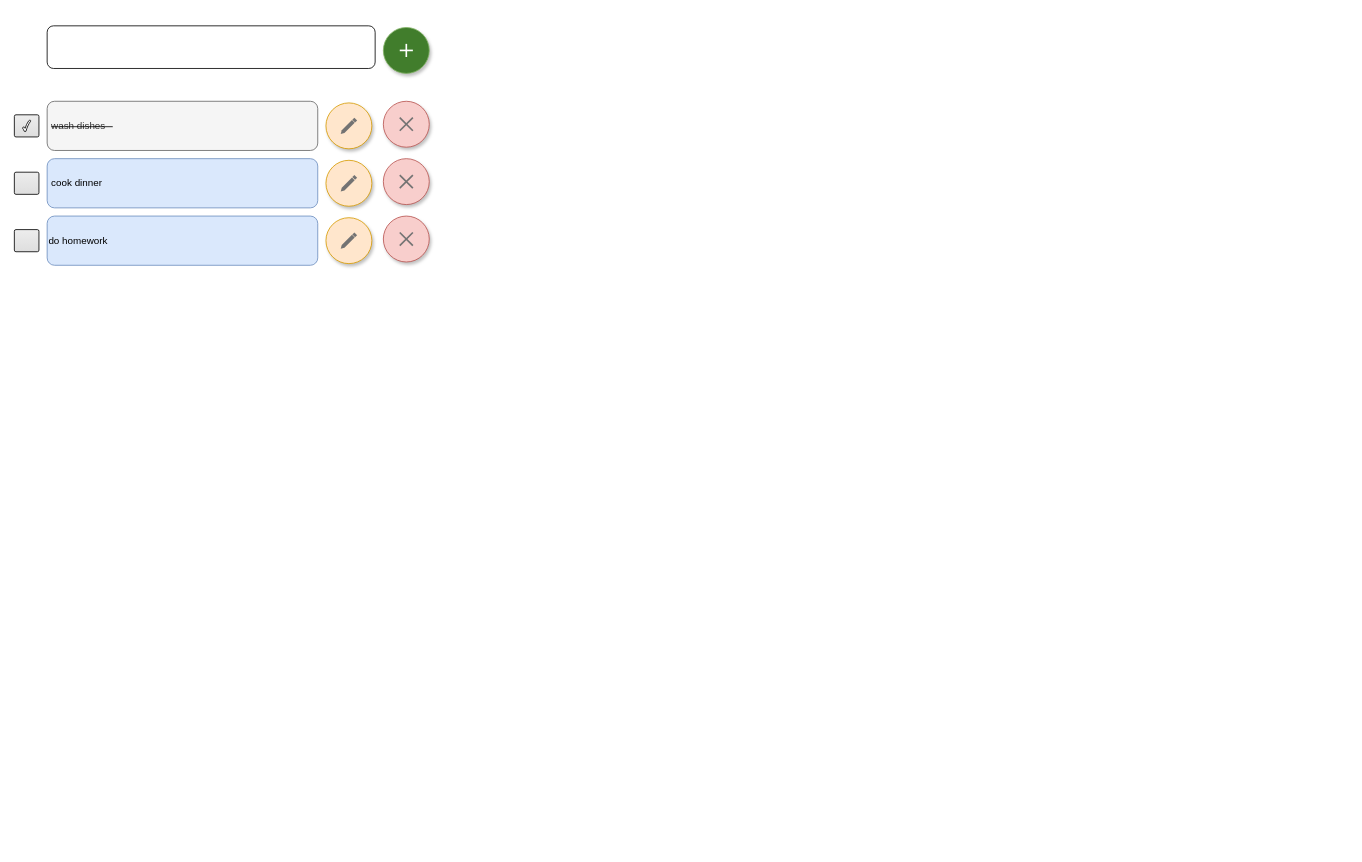
The draw.io diagram MockUI.drawio in UAFramework/node-1-homework, before the edit. Source tidied: cells renumbered, new cells numbered last; positions are measured from the earlier drawing's top-left corner, leaving out a move shared by most shapes. Both pictures are drawn from the tidied source at 82%, with x=0, y=0 at pixel (14, 25).
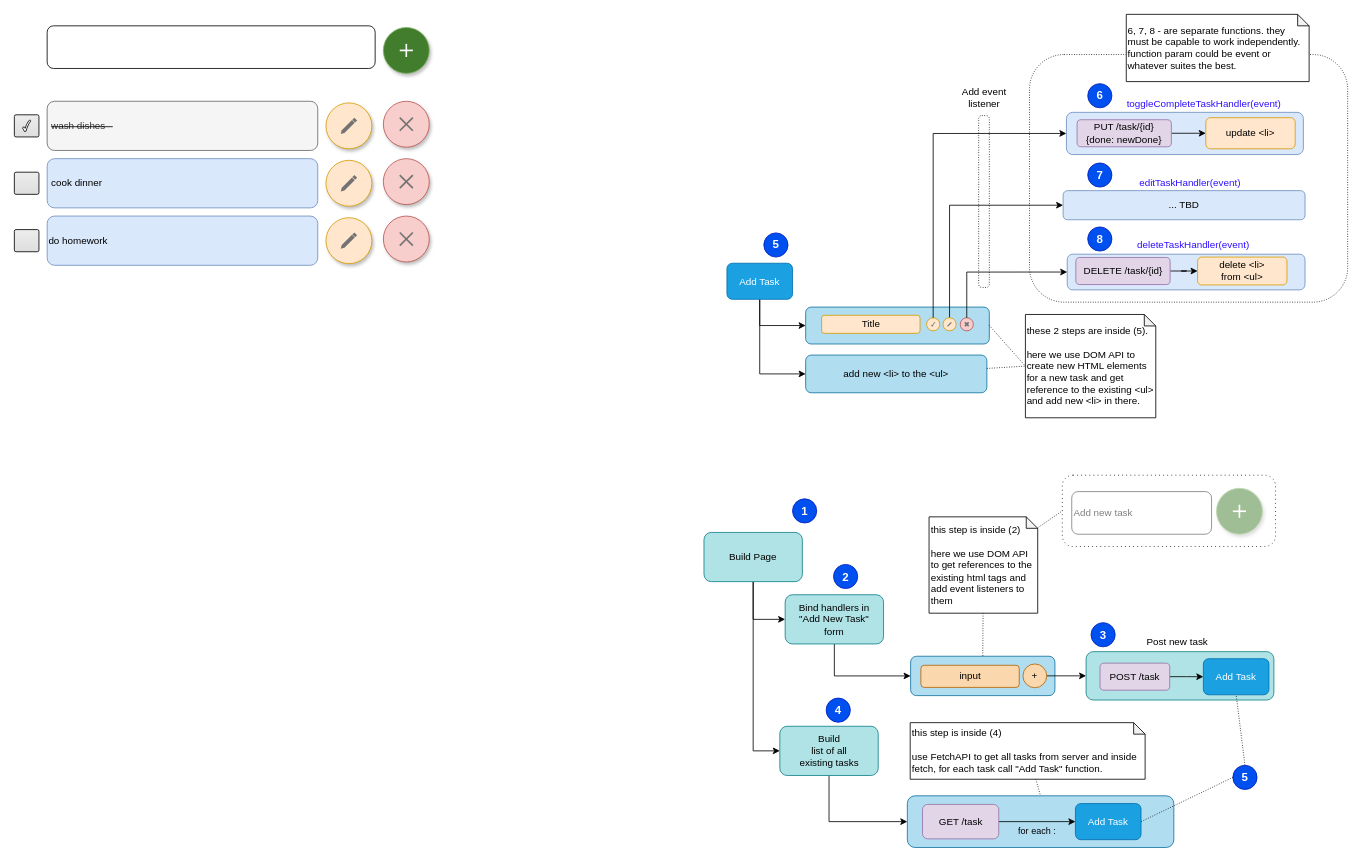
After the change.

The edit, as a diff of the source:
```diff
@@
+    <mxCell id="25" style="rounded=1;whiteSpace=wrap;html=1;arcSize=14;dashed=1;dashPattern=1 2;" parent="1" vertex="1">
+      <mxGeometry x="1238" y="35" width="388" height="302" as="geometry" />
+    </mxCell>
+    <mxCell id="26" style="rounded=1;whiteSpace=wrap;html=1;arcSize=30;dashed=1;dashPattern=1 2;" parent="1" vertex="1">
+      <mxGeometry x="1176" y="109.5" width="13" height="209.5" as="geometry" />
+    </mxCell>
+    <mxCell id="27" style="rounded=1;whiteSpace=wrap;html=1;fillColor=#dae8fc;strokeColor=#6c8ebf;" parent="1" vertex="1">
+      <mxGeometry x="1284" y="278.5" width="290" height="43.5" as="geometry" />
+    </mxCell>
+    <mxCell id="28" style="rounded=1;whiteSpace=wrap;html=1;fillColor=#b0e3e6;strokeColor=#0e8088;" parent="1" vertex="1">
+      <mxGeometry x="1307" y="763.2" width="229" height="59" as="geometry" />
+    </mxCell>
+    <mxCell id="29" style="rounded=1;whiteSpace=wrap;html=1;fillColor=#b1ddf0;strokeColor=#10739e;" parent="1" vertex="1">
+      <mxGeometry x="1093" y="768.8" width="176" height="48" as="geometry" />
+    </mxCell>
+    <mxCell id="30" style="rounded=1;whiteSpace=wrap;html=1;fillColor=#b1ddf0;strokeColor=#10739e;" parent="1" vertex="1">
+      <mxGeometry x="1089" y="939" width="325" height="63" as="geometry" />
+    </mxCell>
@@
+    <mxCell id="31" value="Add Task" style="rounded=1;whiteSpace=wrap;html=1;fillColor=#1ba1e2;strokeColor=#006EAF;fontColor=#ffffff;" parent="1" vertex="1">
+      <mxGeometry x="1294" y="948.5" width="80" height="44" as="geometry" />
+    </mxCell>
+    <mxCell id="32" style="edgeStyle=orthogonalEdgeStyle;rounded=0;jettySize=auto;html=1;entryX=0;entryY=0.5;entryDx=0;entryDy=0;" parent="1" edge="1" source="33" target="51">
+      <mxGeometry relative="1" as="geometry" />
+    </mxCell>
+    <mxCell id="33" value="POST /task" style="rounded=1;whiteSpace=wrap;html=1;fillColor=#e1d5e7;strokeColor=#9673a6;" parent="1" vertex="1">
+      <mxGeometry x="1324" y="777.2" width="85" height="33" as="geometry" />
+    </mxCell>
+    <mxCell id="34" style="edgeStyle=orthogonalEdgeStyle;rounded=0;jettySize=auto;html=1;entryX=0;entryY=0.5;entryDx=0;entryDy=0;" parent="1" edge="1" source="36" target="38">
+      <mxGeometry relative="1" as="geometry" />
+    </mxCell>
+    <mxCell id="35" style="edgeStyle=orthogonalEdgeStyle;rounded=0;jettySize=auto;html=1;entryX=0;entryY=0.5;entryDx=0;entryDy=0;" parent="1" edge="1" source="36" target="46">
+      <mxGeometry relative="1" as="geometry" />
+    </mxCell>
+    <mxCell id="36" value="Build Page" style="rounded=1;whiteSpace=wrap;html=1;fillColor=#b0e3e6;strokeColor=#0e8088;" parent="1" vertex="1">
+      <mxGeometry x="841" y="617.8" width="120" height="60" as="geometry" />
+    </mxCell>
+    <mxCell id="37" style="edgeStyle=orthogonalEdgeStyle;rounded=0;jettySize=auto;html=1;entryX=0;entryY=0.5;entryDx=0;entryDy=0;exitX=0.5;exitY=1;exitDx=0;exitDy=0;" parent="1" edge="1" source="38" target="29">
+      <mxGeometry relative="1" as="geometry" />
+    </mxCell>
+    <mxCell id="38" value="Bind handlers in&lt;br&gt;&quot;Add New Task&quot;&lt;br&gt;form" style="rounded=1;whiteSpace=wrap;html=1;fillColor=#b0e3e6;strokeColor=#0e8088;" parent="1" vertex="1">
+      <mxGeometry x="940" y="693.8" width="120" height="60" as="geometry" />
+    </mxCell>
+    <mxCell id="39" style="edgeStyle=orthogonalEdgeStyle;rounded=0;jettySize=auto;html=1;entryX=0;entryY=0.5;entryDx=0;entryDy=0;" parent="1" edge="1" source="41" target="31">
+      <mxGeometry relative="1" as="geometry" />
+    </mxCell>
+    <mxCell id="40" value="for each :" style="edgeLabel;html=1;align=center;verticalAlign=middle;labelBackgroundColor=none;" parent="39" vertex="1">
+      <mxGeometry x="-0.54" relative="1" as="geometry">
+        <mxPoint x="24" y="11" as="offset" />
+      </mxGeometry>
+    </mxCell>
+    <mxCell id="41" value="GET /task" style="rounded=1;whiteSpace=wrap;html=1;fillColor=#e1d5e7;strokeColor=#9673a6;" parent="1" vertex="1">
+      <mxGeometry x="1107.5" y="949.5" width="93" height="42" as="geometry" />
+    </mxCell>
+    <mxCell id="42" value="input" style="rounded=1;whiteSpace=wrap;html=1;fillColor=#fad7ac;strokeColor=#b46504;" parent="1" vertex="1">
+      <mxGeometry x="1105.5" y="779.8" width="120" height="27" as="geometry" />
+    </mxCell>
+    <mxCell id="43" style="edgeStyle=orthogonalEdgeStyle;rounded=0;jettySize=auto;html=1;entryX=0;entryY=0.5;entryDx=0;entryDy=0;" parent="1" edge="1" source="44" target="28">
+      <mxGeometry relative="1" as="geometry" />
+    </mxCell>
+    <mxCell id="44" value="+" style="ellipse;whiteSpace=wrap;html=1;fillColor=#fad7ac;strokeColor=#b46504;" parent="1" vertex="1">
+      <mxGeometry x="1230" y="778.2" width="29" height="29" as="geometry" />
+    </mxCell>
+    <mxCell id="45" style="edgeStyle=orthogonalEdgeStyle;rounded=0;jettySize=auto;html=1;entryX=0;entryY=0.5;entryDx=0;entryDy=0;exitX=0.5;exitY=1;exitDx=0;exitDy=0;" parent="1" edge="1" source="46" target="30">
+      <mxGeometry relative="1" as="geometry" />
+    </mxCell>
+    <mxCell id="46" value="Build&lt;br&gt;list of all &lt;br&gt;existing tasks" style="rounded=1;whiteSpace=wrap;html=1;fillColor=#b0e3e6;strokeColor=#0e8088;" parent="1" vertex="1">
+      <mxGeometry x="933.5" y="854.2" width="120" height="60" as="geometry" />
+    </mxCell>
+    <mxCell id="47" value="Post new task" style="text;html=1;strokeColor=none;fillColor=none;align=center;verticalAlign=middle;whiteSpace=wrap;rounded=0;" parent="1" vertex="1">
+      <mxGeometry x="1357.5" y="735.8" width="121" height="30" as="geometry" />
+    </mxCell>
+    <mxCell id="48" style="edgeStyle=orthogonalEdgeStyle;rounded=0;jettySize=auto;html=1;entryX=0;entryY=0.5;entryDx=0;entryDy=0;exitX=0.5;exitY=1;exitDx=0;exitDy=0;" parent="1" edge="1" source="50" target="52">
+      <mxGeometry relative="1" as="geometry">
+        <Array as="points">
+          <mxPoint x="909" y="365.5" />
+        </Array>
+      </mxGeometry>
+    </mxCell>
+    <mxCell id="49" style="edgeStyle=orthogonalEdgeStyle;rounded=0;jettySize=auto;html=1;entryX=0;entryY=0.5;entryDx=0;entryDy=0;exitX=0.5;exitY=1;exitDx=0;exitDy=0;" parent="1" edge="1" source="50" target="62">
+      <mxGeometry relative="1" as="geometry" />
+    </mxCell>
+    <mxCell id="50" value="Add Task" style="rounded=1;whiteSpace=wrap;html=1;fillColor=#1ba1e2;strokeColor=#006EAF;fontColor=#ffffff;" parent="1" vertex="1">
+      <mxGeometry x="869" y="289.5" width="80" height="44" as="geometry" />
+    </mxCell>
+    <mxCell id="51" value="Add Task" style="rounded=1;whiteSpace=wrap;html=1;fillColor=#1ba1e2;strokeColor=#006EAF;fontColor=#ffffff;" parent="1" vertex="1">
+      <mxGeometry x="1450" y="771.8" width="80" height="44" as="geometry" />
+    </mxCell>
+    <mxCell id="52" style="rounded=1;whiteSpace=wrap;html=1;fillColor=#b1ddf0;strokeColor=#10739e;" parent="1" vertex="1">
+      <mxGeometry x="965" y="343" width="224" height="45" as="geometry" />
+    </mxCell>
+    <mxCell id="53" value="Title" style="rounded=1;whiteSpace=wrap;html=1;fillColor=#ffe6cc;strokeColor=#d79b00;" parent="1" vertex="1">
+      <mxGeometry x="984.5" y="353" width="120" height="22" as="geometry" />
+    </mxCell>
+    <mxCell id="54" style="edgeStyle=orthogonalEdgeStyle;rounded=0;jettySize=auto;html=1;entryX=0;entryY=0.5;entryDx=0;entryDy=0;exitX=0.5;exitY=0;exitDx=0;exitDy=0;" parent="1" edge="1" source="55" target="68">
+      <mxGeometry relative="1" as="geometry" />
+    </mxCell>
+    <mxCell id="55" style="shape=ellipse;dashed=0;strokeColor=#d79b00;shadow=0;fontSize=13;align=center;verticalAlign=top;labelPosition=center;verticalLabelPosition=bottom;html=1;fillColor=#ffe6cc;" parent="1" vertex="1">
+      <mxGeometry x="1132.5" y="356" width="16" height="16" as="geometry" />
+    </mxCell>
+    <mxCell id="56" style="dashed=0;html=1;shape=mxgraph.gmdl.edit;strokeColor=none;fillColor=#737373;shadow=0;sketch=0;html=1;labelPosition=center;verticalLabelPosition=bottom;align=center;verticalAlign=top;" parent="55" vertex="1">
+      <mxGeometry x="5.1" y="5.1" width="5.7" height="5.7" as="geometry" />
+    </mxCell>
+    <mxCell id="57" style="shape=ellipse;dashed=0;strokeColor=#b85450;shadow=0;fontSize=13;align=center;verticalAlign=top;labelPosition=center;verticalLabelPosition=bottom;html=1;fillColor=#f8cecc;" parent="1" vertex="1">
+      <mxGeometry x="1153.5" y="356" width="16" height="16" as="geometry" />
+    </mxCell>
+    <mxCell id="58" style="dashed=0;html=1;shape=mxgraph.gmdl.x;strokeColor=#737373;strokeWidth=2;shadow=0;sketch=0;html=1;labelPosition=center;verticalLabelPosition=bottom;align=center;verticalAlign=top;" parent="57" vertex="1">
+      <mxGeometry x="5.7" y="5.7" width="4.6" height="4.6" as="geometry" />
+    </mxCell>
+    <mxCell id="59" style="group;" parent="1" vertex="1">
+      <mxGeometry x="1112.5" y="356" width="16" height="16" as="geometry" />
+    </mxCell>
+    <mxCell id="60" style="shape=ellipse;dashed=0;strokeColor=#d79b00;shadow=0;fontSize=13;align=center;verticalAlign=top;labelPosition=center;verticalLabelPosition=bottom;html=1;fillColor=#ffe6cc;" parent="59" vertex="1">
+      <mxGeometry width="16" height="16" as="geometry" />
+    </mxCell>
+    <mxCell id="61" style="verticalLabelPosition=bottom;verticalAlign=top;html=1;shape=mxgraph.basic.tick;fillColor=#808080;strokeColor=none;" parent="59" vertex="1">
+      <mxGeometry x="5.3" y="5" width="5.4" height="6" as="geometry" />
+    </mxCell>
+    <mxCell id="62" value="add new &amp;lt;li&amp;gt; to the &amp;lt;ul&amp;gt;" style="rounded=1;whiteSpace=wrap;html=1;fillColor=#b1ddf0;strokeColor=#10739e;" parent="1" vertex="1">
+      <mxGeometry x="965" y="401.5" width="221" height="46" as="geometry" />
+    </mxCell>
+    <mxCell id="63" style="edgeStyle=orthogonalEdgeStyle;rounded=0;jettySize=auto;html=1;entryX=0;entryY=0.5;entryDx=0;entryDy=0;exitX=0.5;exitY=0;exitDx=0;exitDy=0;" parent="1" edge="1" source="57" target="27">
+      <mxGeometry relative="1" as="geometry" />
+    </mxCell>
+    <mxCell id="64" style="edgeStyle=orthogonalEdgeStyle;rounded=0;jettySize=auto;html=1;entryX=0;entryY=0.5;entryDx=0;entryDy=0;exitX=0.5;exitY=0;exitDx=0;exitDy=0;" parent="1" edge="1" source="60" target="69">
+      <mxGeometry relative="1" as="geometry" />
+    </mxCell>
+    <mxCell id="65" style="edgeStyle=orthogonalEdgeStyle;rounded=0;jettySize=auto;html=1;entryX=0;entryY=0.5;entryDx=0;entryDy=0;" parent="1" edge="1" source="66" target="67">
+      <mxGeometry relative="1" as="geometry" />
+    </mxCell>
+    <mxCell id="66" value="DELETE /task/{id}" style="rounded=1;whiteSpace=wrap;html=1;fillColor=#e1d5e7;strokeColor=#9673a6;" parent="1" vertex="1">
+      <mxGeometry x="1294.5" y="282.5" width="115" height="33" as="geometry" />
+    </mxCell>
+    <mxCell id="67" value="delete &amp;lt;li&amp;gt; &lt;br&gt;from &amp;lt;ul&amp;gt;" style="rounded=1;whiteSpace=wrap;html=1;fillColor=#ffe6cc;strokeColor=#d79b00;" parent="1" vertex="1">
+      <mxGeometry x="1443" y="282" width="109" height="34" as="geometry" />
+    </mxCell>
+    <mxCell id="68" value="... TBD" style="rounded=1;whiteSpace=wrap;html=1;fillColor=#dae8fc;strokeColor=#6c8ebf;" parent="1" vertex="1">
+      <mxGeometry x="1279" y="201" width="295" height="35.5" as="geometry" />
+    </mxCell>
+    <mxCell id="69" style="rounded=1;whiteSpace=wrap;html=1;fillColor=#dae8fc;strokeColor=#6c8ebf;" parent="1" vertex="1">
+      <mxGeometry x="1283" y="105.5" width="289" height="51.5" as="geometry" />
+    </mxCell>
+    <mxCell id="70" style="edgeStyle=orthogonalEdgeStyle;rounded=0;jettySize=auto;html=1;entryX=0;entryY=0.5;entryDx=0;entryDy=0;" parent="1" edge="1" source="71" target="72">
+      <mxGeometry relative="1" as="geometry" />
+    </mxCell>
+    <mxCell id="71" value="PUT /task/{id}&lt;br&gt;{done: newDone}" style="rounded=1;whiteSpace=wrap;html=1;fillColor=#e1d5e7;strokeColor=#9673a6;" parent="1" vertex="1">
+      <mxGeometry x="1296" y="114.5" width="115" height="33" as="geometry" />
+    </mxCell>
+    <mxCell id="72" value="update &amp;lt;li&amp;gt;" style="rounded=1;whiteSpace=wrap;html=1;fillColor=#ffe6cc;strokeColor=#d79b00;" parent="1" vertex="1">
+      <mxGeometry x="1453" y="112" width="109" height="38" as="geometry" />
+    </mxCell>
+    <mxCell id="73" value="&lt;font color=&quot;#2f0fff&quot;&gt;deleteTaskHandler(event)&lt;/font&gt;" style="text;html=1;strokeColor=none;fillColor=none;align=center;verticalAlign=middle;whiteSpace=wrap;rounded=0;" parent="1" vertex="1">
+      <mxGeometry x="1362" y="252.5" width="152" height="30" as="geometry" />
+    </mxCell>
+    <mxCell id="74" value="&lt;font color=&quot;#2f0fff&quot;&gt;editTaskHandler(event)&lt;/font&gt;" style="text;html=1;strokeColor=none;fillColor=none;align=center;verticalAlign=middle;whiteSpace=wrap;rounded=0;" parent="1" vertex="1">
+      <mxGeometry x="1358" y="176.5" width="152" height="30" as="geometry" />
+    </mxCell>
+    <mxCell id="75" value="&lt;font color=&quot;#2f0fff&quot;&gt;toggleCompleteTaskHandler(event)&lt;/font&gt;" style="text;html=1;strokeColor=none;fillColor=none;align=center;verticalAlign=middle;whiteSpace=wrap;rounded=0;" parent="1" vertex="1">
+      <mxGeometry x="1332" y="80.5" width="238" height="30" as="geometry" />
+    </mxCell>
+    <mxCell id="76" value="&lt;font style=&quot;font-size: 14px;&quot;&gt;&lt;b&gt;1&lt;/b&gt;&lt;/font&gt;" style="ellipse;whiteSpace=wrap;html=1;fillColor=#0050ef;fontColor=#ffffff;strokeColor=#001DBC;" parent="1" vertex="1">
+      <mxGeometry x="949" y="576.8" width="29.5" height="29.5" as="geometry" />
+    </mxCell>
+    <mxCell id="77" value="&lt;font style=&quot;font-size: 14px;&quot;&gt;&lt;b&gt;2&lt;/b&gt;&lt;/font&gt;" style="ellipse;whiteSpace=wrap;html=1;fillColor=#0050ef;fontColor=#ffffff;strokeColor=#001DBC;" parent="1" vertex="1">
+      <mxGeometry x="999" y="656.8" width="29.5" height="29.5" as="geometry" />
+    </mxCell>
+    <mxCell id="78" value="&lt;font style=&quot;font-size: 14px;&quot;&gt;&lt;b&gt;3&lt;/b&gt;&lt;/font&gt;" style="ellipse;whiteSpace=wrap;html=1;fillColor=#0050ef;fontColor=#ffffff;strokeColor=#001DBC;" parent="1" vertex="1">
+      <mxGeometry x="1313" y="727.8" width="29.5" height="29.5" as="geometry" />
+    </mxCell>
+    <mxCell id="79" value="&lt;font style=&quot;font-size: 14px;&quot;&gt;&lt;b&gt;4&lt;/b&gt;&lt;/font&gt;" style="ellipse;whiteSpace=wrap;html=1;fillColor=#0050ef;fontColor=#ffffff;strokeColor=#001DBC;" parent="1" vertex="1">
+      <mxGeometry x="990" y="819.8" width="29.5" height="29.5" as="geometry" />
+    </mxCell>
+    <mxCell id="80" style="rounded=0;jettySize=auto;html=1;entryX=0.5;entryY=1;entryDx=0;entryDy=0;endArrow=none;endFill=0;dashed=1;dashPattern=1 2;fontStyle=1;exitX=0.5;exitY=0;exitDx=0;exitDy=0;jumpSize=2;strokeWidth=1;" parent="1" edge="1" source="81" target="51">
+      <mxGeometry relative="1" as="geometry" />
+    </mxCell>
+    <mxCell id="81" value="&lt;font style=&quot;font-size: 14px;&quot;&gt;&lt;b&gt;5&lt;/b&gt;&lt;/font&gt;" style="ellipse;whiteSpace=wrap;html=1;fillColor=#0050ef;fontColor=#ffffff;strokeColor=#001DBC;" parent="1" vertex="1">
+      <mxGeometry x="1486" y="901.8" width="29.5" height="29.5" as="geometry" />
+    </mxCell>
+    <mxCell id="82" style="rounded=0;jettySize=auto;html=1;entryX=1;entryY=0.5;entryDx=0;entryDy=0;endArrow=none;endFill=0;dashed=1;dashPattern=1 2;exitX=0;exitY=0.5;exitDx=0;exitDy=0;" parent="1" edge="1" source="81" target="31">
+      <mxGeometry relative="1" as="geometry" />
+    </mxCell>
+    <mxCell id="83" value="&lt;font style=&quot;font-size: 14px;&quot;&gt;&lt;b&gt;5&lt;/b&gt;&lt;/font&gt;" style="ellipse;whiteSpace=wrap;html=1;fillColor=#0050ef;fontColor=#ffffff;strokeColor=#001DBC;" parent="1" vertex="1">
+      <mxGeometry x="914" y="252.5" width="29.5" height="29.5" as="geometry" />
+    </mxCell>
+    <mxCell id="84" value="&lt;font style=&quot;font-size: 14px;&quot;&gt;&lt;b&gt;6&lt;/b&gt;&lt;/font&gt;" style="ellipse;whiteSpace=wrap;html=1;fillColor=#0050ef;fontColor=#ffffff;strokeColor=#001DBC;" parent="1" vertex="1">
+      <mxGeometry x="1309" y="70.5" width="29.5" height="29.5" as="geometry" />
+    </mxCell>
+    <mxCell id="85" value="&lt;font style=&quot;font-size: 14px;&quot;&gt;&lt;b&gt;7&lt;/b&gt;&lt;/font&gt;" style="ellipse;whiteSpace=wrap;html=1;fillColor=#0050ef;fontColor=#ffffff;strokeColor=#001DBC;" parent="1" vertex="1">
+      <mxGeometry x="1309" y="167.2" width="29.5" height="29.5" as="geometry" />
+    </mxCell>
+    <mxCell id="86" value="&lt;font style=&quot;font-size: 14px;&quot;&gt;&lt;b&gt;8&lt;/b&gt;&lt;/font&gt;" style="ellipse;whiteSpace=wrap;html=1;fillColor=#0050ef;fontColor=#ffffff;strokeColor=#001DBC;" parent="1" vertex="1">
+      <mxGeometry x="1309" y="245.2" width="29.5" height="29.5" as="geometry" />
+    </mxCell>
+    <mxCell id="87" value="Add event listener" style="text;html=1;strokeColor=none;fillColor=none;align=center;verticalAlign=middle;whiteSpace=wrap;rounded=0;" parent="1" vertex="1">
+      <mxGeometry x="1152.5" y="72.5" width="60" height="30" as="geometry" />
+    </mxCell>
+    <mxCell id="88" style="rounded=0;jettySize=auto;html=1;entryX=0.5;entryY=0;entryDx=0;entryDy=0;dashed=1;dashPattern=1 2;endArrow=none;endFill=0;" parent="1" edge="1" source="90" target="29">
+      <mxGeometry relative="1" as="geometry" />
+    </mxCell>
+    <mxCell id="89" style="rounded=0;jettySize=auto;html=1;entryX=0;entryY=0.5;entryDx=0;entryDy=0;dashed=1;dashPattern=1 2;endArrow=none;endFill=0;" parent="1" edge="1" source="90" target="94">
+      <mxGeometry relative="1" as="geometry" />
+    </mxCell>
+    <mxCell id="90" value="this step is inside (2)&lt;br&gt;&lt;br&gt;here we use DOM API to get references to the existing html tags and add event listeners to them" style="shape=note;whiteSpace=wrap;html=1;backgroundOutline=1;darkOpacity=0.05;size=14;align=left;" parent="1" vertex="1">
+      <mxGeometry x="1115.5" y="598.8" width="132.5" height="117.5" as="geometry" />
+    </mxCell>
+    <mxCell id="91" style="shape=ellipse;fillColor=#417D2C;strokeColor=#82b366;shadow=1;sketch=0;html=1;labelPosition=center;verticalLabelPosition=bottom;align=center;verticalAlign=top;" parent="1" vertex="1">
+      <mxGeometry x="1466" y="564" width="56" height="56" as="geometry" />
+    </mxCell>
+    <mxCell id="92" style="dashed=0;html=1;shape=mxgraph.gmdl.plus;strokeColor=#ffffff;strokeWidth=2;shadow=0;sketch=0;" parent="91" vertex="1">
+      <mxGeometry x="20" y="20" width="16" height="16" as="geometry" />
+    </mxCell>
+    <mxCell id="93" value="Add new task" style="rounded=1;whiteSpace=wrap;html=1;align=left;" parent="1" vertex="1">
+      <mxGeometry x="1289.5" y="568" width="170.5" height="52" as="geometry" />
+    </mxCell>
+    <mxCell id="94" style="rounded=1;whiteSpace=wrap;html=1;fillOpacity=50;dashed=1;dashPattern=1 4;" parent="1" vertex="1">
+      <mxGeometry x="1278" y="548" width="260" height="87" as="geometry" />
+    </mxCell>
+    <mxCell id="95" style="rounded=0;jettySize=auto;html=1;entryX=0.5;entryY=0;entryDx=0;entryDy=0;dashed=1;dashPattern=1 2;endArrow=none;endFill=0;" parent="1" edge="1" source="96" target="30">
+      <mxGeometry relative="1" as="geometry" />
+    </mxCell>
+    <mxCell id="96" value="this step is inside (4)&lt;br&gt;&lt;br&gt;use FetchAPI to get all tasks from server and inside fetch, for each task call &quot;Add Task&quot; function." style="shape=note;whiteSpace=wrap;html=1;backgroundOutline=1;darkOpacity=0.05;size=14;align=left;" parent="1" vertex="1">
+      <mxGeometry x="1092.5" y="849.8" width="286.5" height="69" as="geometry" />
+    </mxCell>
+    <mxCell id="97" value="these 2 steps are inside (5).&lt;br&gt;&lt;br&gt;here we use DOM API to create new HTML elements for a new task and get reference to the existing &amp;lt;ul&amp;gt; and add new &amp;lt;li&amp;gt; in there." style="shape=note;whiteSpace=wrap;html=1;backgroundOutline=1;darkOpacity=0.05;size=14;align=left;" parent="1" vertex="1">
+      <mxGeometry x="1233" y="352" width="159" height="126" as="geometry" />
+    </mxCell>
+    <mxCell id="98" style="rounded=0;jettySize=auto;html=1;entryX=0;entryY=0.5;entryDx=0;entryDy=0;entryPerimeter=0;exitX=1;exitY=0.5;exitDx=0;exitDy=0;dashed=1;dashPattern=1 2;endArrow=none;endFill=0;" parent="1" edge="1" source="52" target="97">
+      <mxGeometry relative="1" as="geometry" />
+    </mxCell>
+    <mxCell id="99" style="rounded=0;jettySize=auto;html=1;entryX=0;entryY=0.5;entryDx=0;entryDy=0;entryPerimeter=0;dashed=1;dashPattern=1 2;endArrow=none;endFill=0;" parent="1" edge="1" source="62" target="97">
+      <mxGeometry relative="1" as="geometry" />
+    </mxCell>
+    <mxCell id="100" value="6, 7, 8 - are separate functions. they must be capable to work independently.&amp;nbsp;&lt;br&gt;function param could be event or whatever suites the best." style="shape=note;whiteSpace=wrap;html=1;backgroundOutline=1;darkOpacity=0.05;size=14;align=left;" parent="1" vertex="1">
+      <mxGeometry x="1356" y="-14" width="223" height="82" as="geometry" />
+    </mxCell>
```
